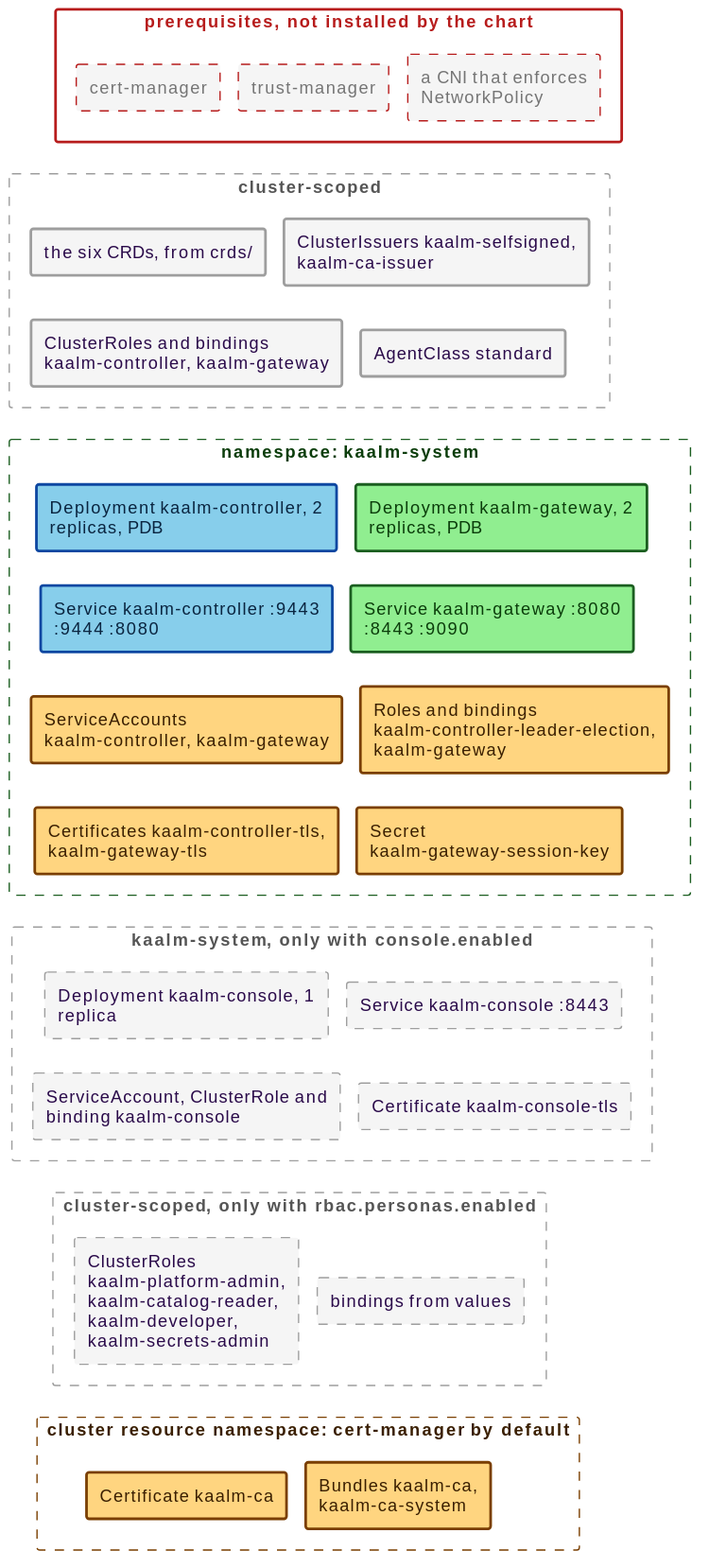
Before: guide/src/diagrams/helm-install-inventory.svg, a diagram exported from PlantUML (win07xp/kaalm).
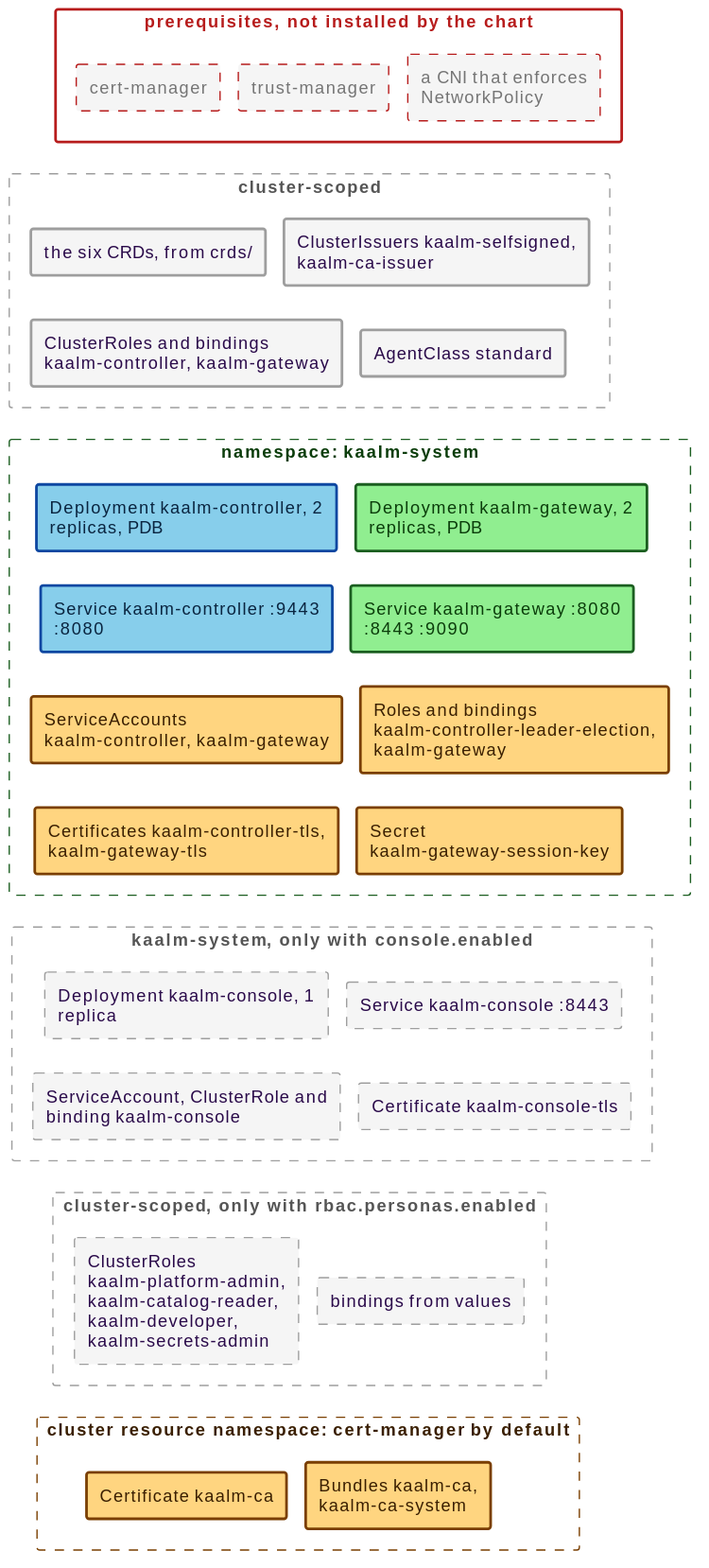
Above is the later version.

Diff of the diagram source:
```diff
@@ -19,7 +19,7 @@
 rectangle "namespace: **kaalm-system**" as nssys #line:1B5E20;line.dashed;text:0b3d0b {
   rectangle "Deployment kaalm-controller, 2 replicas, PDB" as dctrl #back:87CEEB;line:0D47A1;line.bold;text:0a2540
   rectangle "Deployment kaalm-gateway, 2 replicas, PDB" as dgw #back:90EE90;line:1B5E20;line.bold;text:0b3d0b
-  rectangle "Service kaalm-controller :9443 :9444 :8080" as svcctrl #back:87CEEB;line:0D47A1;line.bold;text:0a2540
+  rectangle "Service kaalm-controller :9443 :8080" as svcctrl #back:87CEEB;line:0D47A1;line.bold;text:0a2540
   rectangle "Service kaalm-gateway :8080 :8443 :9090" as svcgw #back:90EE90;line:1B5E20;line.bold;text:0b3d0b
   rectangle "ServiceAccounts kaalm-controller, kaalm-gateway" as sas #back:FFD580;line:7a3f00;line.bold;text:3a1f00
   rectangle "Roles and bindings kaalm-controller-leader-election, kaalm-gateway" as roles #back:FFD580;line:7a3f00;line.bold;text:3a1f00
```
